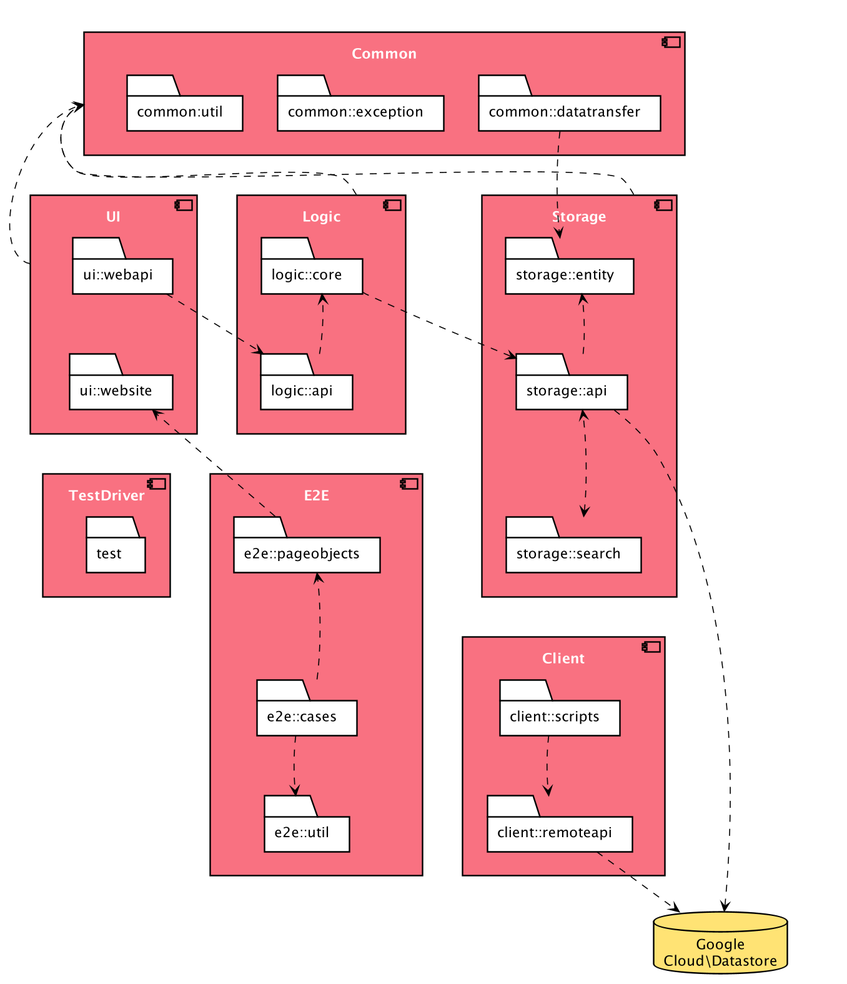
The PlantUML diagram docs/images/packageDiagram.png in TEAMMATES/teammates, before a commit. Its diagram source:
```plantuml
@startuml








skinparam BackgroundColor #FFFFFFF

skinparam Shadowing false

skinparam Class {
    FontColor #FFFFFF
    BorderThickness 1
    BorderColor #FFFFFF
    StereotypeFontColor #FFFFFF
    FontName Arial
}

skinparam Actor {
    BorderColor #000000
    Color #000000
    FontName Arial
}

skinparam Sequence {
    MessageAlign center
    BoxFontSize 15
    BoxPadding 0
    BoxFontColor #FFFFFF
    FontName Arial
}

skinparam Participant {
    FontColor #FFFFFFF
    Padding 20
}

skinparam MinClassWidth 50
skinparam ParticipantPadding 10
skinparam Shadowing false
skinparam DefaultTextAlignment center
skinparam packageStyle Rectangle

hide footbox
hide members
hide circle
skinparam componentBackgroundColor #F97181
skinparam componentFontColor #FFFFFF
skinparam folderBackgroundColor #FFFFFF
skinparam rectangleBackgroundColor #9D0012
skinparam arrowColor #000000

component Common {
    folder "common:util" as CommonUtil
    folder "common::exception" as CommonException
    folder "common::datatransfer" as CommonDataTransfer
}

component UI {
    folder "ui::webapi" as UiWebApi
    folder "ui::website" as UiWebsite
}

component Logic {
    folder "logic::core" as LogicCore
    folder "logic::api" as LogicApi
}

component Storage {
    folder "storage::entity" as StorageEntity
    folder "storage::api" as StorageApi
    folder "storage::search" as StorageSearch
}

component TestDriver {
    folder "test" as Test
}

component E2E {
    folder "e2e::pageobjects" as E2EPageObjects
    folder "e2e::cases" as E2ECases
    folder "e2e::util" as E2EUtil
}

component Client  {
    folder "client::scripts" as ClientScripts
    folder "client::remoteapi" as ClientRemoteApi
}

database "Google\nCloud\Datastore" as GCD #FFE374

UI ..> Common
Logic ..> Common
Storage ..> Common

CommonDataTransfer ..> StorageEntity
UiWebApi ..> LogicApi
LogicCore ..> StorageApi
StorageApi ..> GCD
E2EPageObjects ..> UiWebsite
ClientRemoteApi ..> GCD

LogicApi ..> LogicCore
StorageApi ..> StorageEntity
StorageSearch <..> StorageApi
E2ECases ..> E2EPageObjects
E2ECases ..> E2EUtil
ClientScripts ..> ClientRemoteApi

Common -[hidden]down- UI
UI -[hidden]up- Common
Common -[hidden]down- Logic
Logic -[hidden]up- Common
Common -[hidden]down- Storage
Storage -[hidden]up- Common

UI -[hidden]right- Logic
Logic -[hidden]right- Storage
TestDriver -[hidden]right- E2E
E2E -[hidden]right- Client

UI -[hidden]down- TestDriver
UiWebsite -[hidden]down- Test

Logic -[hidden]down- E2E
E2E -[hidden]up- Logic

LogicApi -[hidden]down- E2EPageObjects
Storage -[hidden]down- Client
StorageSearch -[hidden]down- ClientScripts
Storage -[hidden]right- GCD
Client -[hidden]right- GCD

UiWebApi -[hidden]down- UiWebsite
LogicCore -[hidden]down- LogicApi
StorageEntity -[hidden]down- StorageApi
StorageApi -[hidden]down- StorageSearch
E2EPageObjects -[hidden]down- E2ECases
E2ECases -[hidden]down- E2EUtil
ClientScripts -[hidden]down- ClientRemoteApi
CommonUtil -[hidden]right- CommonException
CommonException -[hidden]right- CommonDataTransfer
CommonDataTransfer -[hidden]down- StorageEntity
CommonUtil -[hidden]down- UiWebApi

@enduml
```
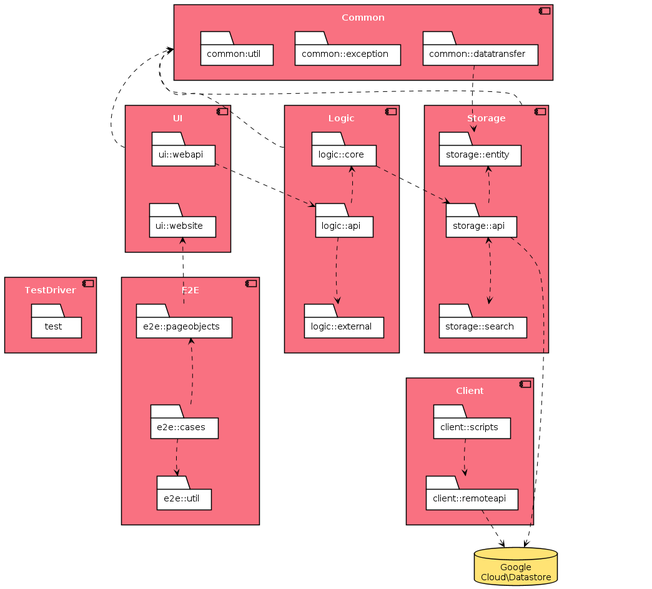
After the commit.

Commit message:
Update design diagram and documents

What changed in the source:
```diff
@@ -1,56 +1,9 @@
 @startuml
-
-
-
-
-
-
-
-
-skinparam BackgroundColor #FFFFFFF
-
-skinparam Shadowing false
-
-skinparam Class {
-    FontColor #FFFFFF
-    BorderThickness 1
-    BorderColor #FFFFFF
-    StereotypeFontColor #FFFFFF
-    FontName Arial
-}
-
-skinparam Actor {
-    BorderColor #000000
-    Color #000000
-    FontName Arial
-}
-
-skinparam Sequence {
-    MessageAlign center
-    BoxFontSize 15
-    BoxPadding 0
-    BoxFontColor #FFFFFF
-    FontName Arial
-}
-
-skinparam Participant {
-    FontColor #FFFFFFF
-    Padding 20
-}
-
-skinparam MinClassWidth 50
-skinparam ParticipantPadding 10
-skinparam Shadowing false
-skinparam DefaultTextAlignment center
-skinparam packageStyle Rectangle
-
-hide footbox
-hide members
-hide circle
-skinparam componentBackgroundColor #F97181
+!include style.puml
+skinparam componentBackgroundColor MODEL_COLOR_T1
 skinparam componentFontColor #FFFFFF
 skinparam folderBackgroundColor #FFFFFF
-skinparam rectangleBackgroundColor #9D0012
+skinparam rectangleBackgroundColor MODEL_COLOR
 skinparam arrowColor #000000
 
 component Common {
@@ -66,6 +19,7 @@
 
 component Logic {
     folder "logic::core" as LogicCore
+    folder "logic::external" as LogicExternal
     folder "logic::api" as LogicApi
 }
 
@@ -90,7 +44,7 @@
     folder "client::remoteapi" as ClientRemoteApi
 }
 
-database "Google\nCloud\Datastore" as GCD #FFE374
+database "Google\nCloud\Datastore" as GCD STORAGE_COLOR_T1
 
 UI ..> Common
 Logic ..> Common
@@ -104,6 +58,7 @@
 ClientRemoteApi ..> GCD
 
 LogicApi ..> LogicCore
+LogicApi ..> LogicExternal
 StorageApi ..> StorageEntity
 StorageSearch <..> StorageApi
 E2ECases ..> E2EPageObjects
@@ -136,6 +91,7 @@
 
 UiWebApi -[hidden]down- UiWebsite
 LogicCore -[hidden]down- LogicApi
+LogicExternal -[hidden]down- LogicApi
 StorageEntity -[hidden]down- StorageApi
 StorageApi -[hidden]down- StorageSearch
 E2EPageObjects -[hidden]down- E2ECases
```
